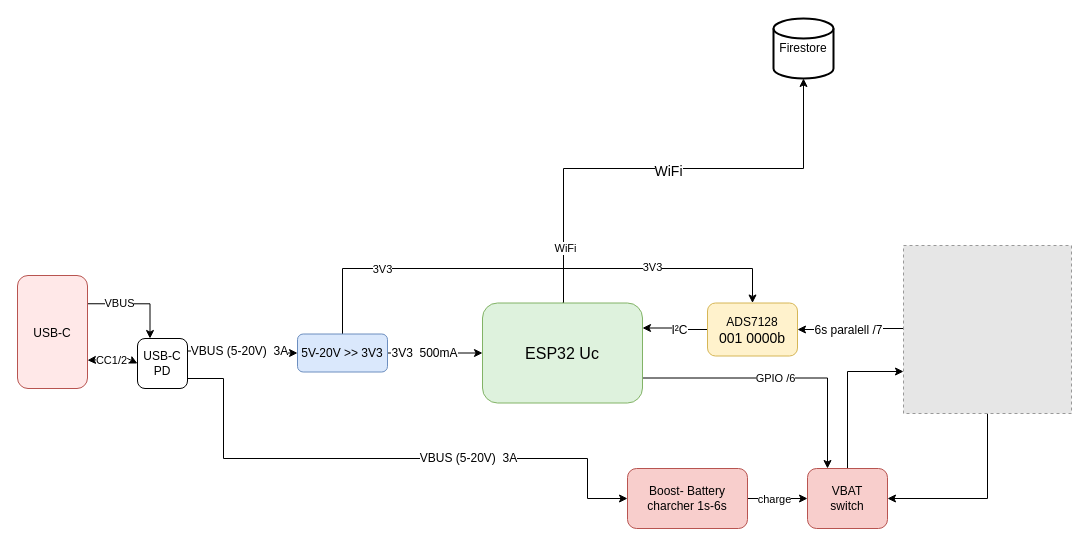
Marek128b/BatteryMagic_monitor keeps this draw.io diagram as Hardware/img/AkkuMagic.drawio. Above is the earlier version. Source tidied: cells renumbered, new cells numbered last; positions are measured from the earlier drawing's top-left corner, leaving out a move shared by most shapes. Both pictures are drawn from the tidied source at 100%, with x=0, y=0 at pixel (17, 18). Pictures stored in the file or linked from it are replaced by grey dashed boxes.
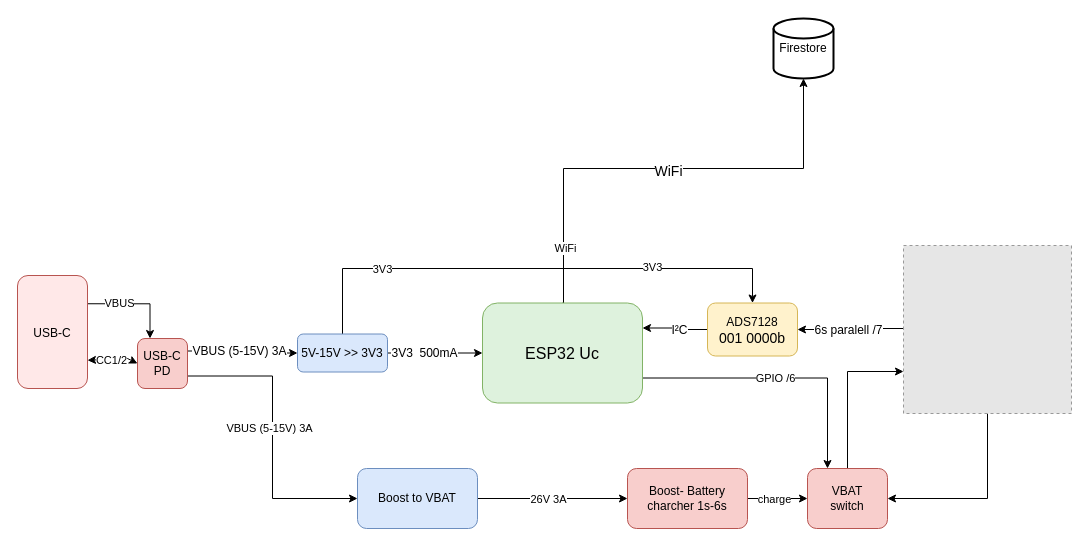
The same diagram, later.

The change refers to these unchanged cells:
```xml
<mxCell id="15" style="edgeStyle=orthogonalEdgeStyle;rounded=0;jettySize=auto;html=1;fontSize=12;exitX=1;exitY=0.25;exitDx=0;exitDy=0;" parent="1" edge="1" source="32" target="27">
  <mxGeometry relative="1" as="geometry" />
</mxCell>
<mxCell id="31" value="Boost- Battery charcher 1s-6s" style="rounded=1;whiteSpace=wrap;html=1;fillColor=#f8cecc;strokeColor=#b85450;" parent="1" vertex="1">
  <mxGeometry x="610" y="450" width="120" height="60" as="geometry" />
</mxCell>
```

Change to the diagram source:
```diff
@@
-    <mxCell id="16" value="&lt;div&gt;VBUS (5-20V)&amp;nbsp; 3A&lt;/div&gt;" style="edgeLabel;html=1;align=center;verticalAlign=middle;fontSize=12;" parent="15" vertex="1">
+    <mxCell id="16" value="&lt;div&gt;VBUS (5-15V) 3A&lt;/div&gt;" style="edgeLabel;html=1;align=center;verticalAlign=middle;fontSize=12;" parent="15" vertex="1">
       <mxGeometry x="-0.09" y="-2" relative="1" as="geometry">
         <mxPoint y="-2" as="offset" />
       </mxGeometry>
     </mxCell>
-    <mxCell id="17" style="edgeStyle=orthogonalEdgeStyle;rounded=0;jettySize=auto;html=1;fontSize=12;entryX=0;entryY=0.5;entryDx=0;entryDy=0;exitX=1;exitY=0.75;exitDx=0;exitDy=0;" parent="1" edge="1" source="32" target="31">
-      <mxGeometry relative="1" as="geometry">
-        <Array as="points">
-          <mxPoint x="170" y="360" />
-          <mxPoint x="206" y="360" />
-          <mxPoint x="206" y="440" />
-          <mxPoint x="570" y="440" />
-          <mxPoint x="570" y="480" />
-        </Array>
-      </mxGeometry>
-    </mxCell>
-    <mxCell id="18" value="VBUS (5-20V)&amp;nbsp; 3A" style="edgeLabel;html=1;align=center;verticalAlign=middle;fontSize=12;" parent="17" vertex="1">
-      <mxGeometry x="0.07" y="-4" relative="1" as="geometry">
-        <mxPoint x="62" y="-5" as="offset" />
-      </mxGeometry>
-    </mxCell>
@@
-    <mxCell id="27" value="5V-20V &amp;gt;&amp;gt; 3V3" style="rounded=1;whiteSpace=wrap;html=1;fontSize=12;fillColor=#dae8fc;strokeColor=#6c8ebf;" parent="1" vertex="1">
+    <mxCell id="27" value="5V-15V &amp;gt;&amp;gt; 3V3" style="rounded=1;whiteSpace=wrap;html=1;fontSize=12;fillColor=#dae8fc;strokeColor=#6c8ebf;" parent="1" vertex="1">
       <mxGeometry x="280" y="315.5" width="90" height="38" as="geometry" />
     </mxCell>
@@
+    <mxCell id="37" style="edgeStyle=orthogonalEdgeStyle;rounded=0;jettySize=auto;html=1;exitX=1;exitY=0.75;exitDx=0;exitDy=0;entryX=0;entryY=0.5;entryDx=0;entryDy=0;" parent="1" edge="1" source="32" target="41">
+      <mxGeometry relative="1" as="geometry" />
+    </mxCell>
+    <mxCell id="38" value="VBUS (5-15V) 3A" style="edgeLabel;html=1;align=center;verticalAlign=middle;" parent="37" vertex="1">
+      <mxGeometry x="-0.77" y="2" relative="1" as="geometry">
+        <mxPoint x="47" y="54" as="offset" />
+      </mxGeometry>
+    </mxCell>
-    <mxCell id="32" value="&lt;div&gt;USB-C&lt;/div&gt;&lt;div&gt;PD&lt;br&gt;&lt;/div&gt;" style="rounded=1;whiteSpace=wrap;html=1;" parent="1" vertex="1">
+    <mxCell id="32" value="&lt;div&gt;USB-C&lt;/div&gt;&lt;div&gt;PD&lt;br&gt;&lt;/div&gt;" style="rounded=1;whiteSpace=wrap;html=1;fillColor=#f8cecc;strokeColor=#b85450;" parent="1" vertex="1">
       <mxGeometry x="120" y="320" width="50" height="50" as="geometry" />
     </mxCell>
@@
+    <mxCell id="39" style="edgeStyle=orthogonalEdgeStyle;rounded=0;jettySize=auto;html=1;exitX=1;exitY=0.5;exitDx=0;exitDy=0;entryX=0;entryY=0.5;entryDx=0;entryDy=0;" parent="1" edge="1" source="41" target="31">
+      <mxGeometry relative="1" as="geometry" />
+    </mxCell>
+    <mxCell id="40" value="26V 3A" style="edgeLabel;html=1;align=center;verticalAlign=middle;" parent="39" vertex="1">
+      <mxGeometry x="-0.6" y="2" relative="1" as="geometry">
+        <mxPoint x="40" y="2" as="offset" />
+      </mxGeometry>
+    </mxCell>
+    <mxCell id="41" value="Boost to VBAT" style="rounded=1;whiteSpace=wrap;html=1;fillColor=#dae8fc;strokeColor=#6c8ebf;" parent="1" vertex="1">
+      <mxGeometry x="340" y="450" width="120" height="60" as="geometry" />
+    </mxCell>
```
